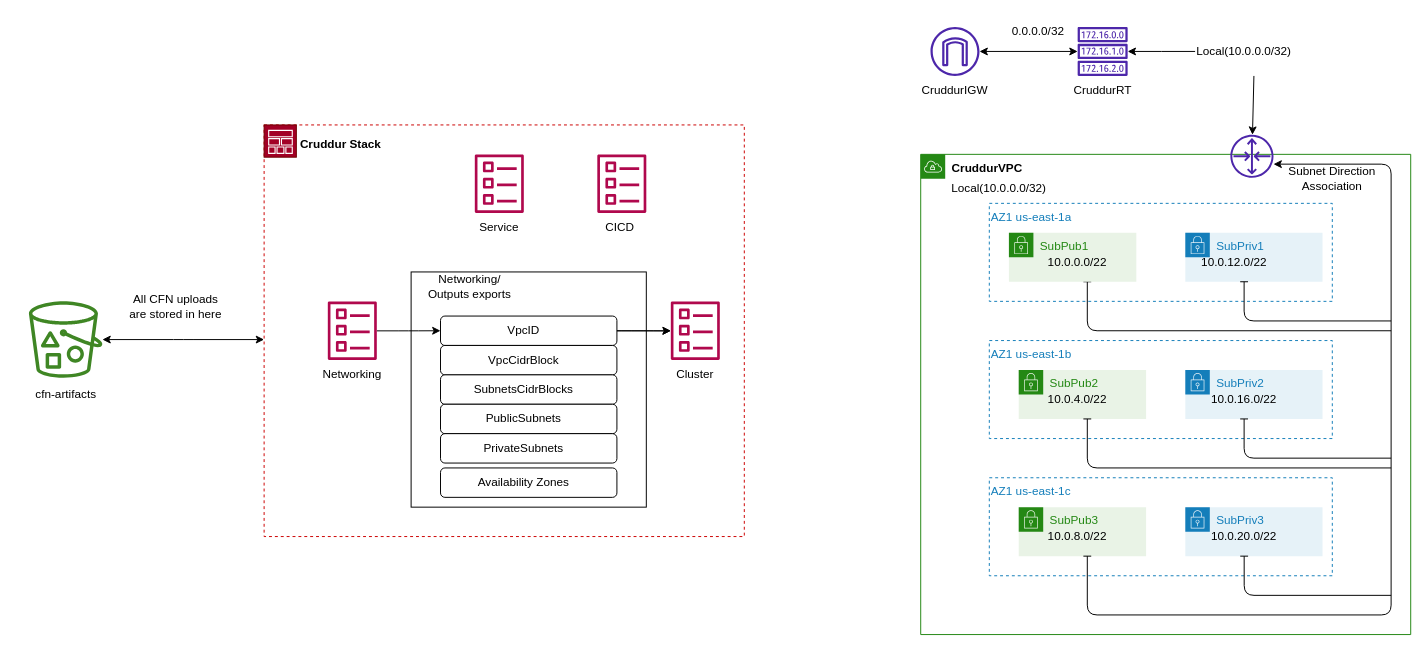
Above: aws/cfn/diagrams/CFN Network Layer.drawio in Rietta1/aws-bootcamp-cruddur-2023 (draw.io), before the change. Source tidied: cells renumbered, new cells numbered last; positions are measured from the earlier drawing's top-left corner, leaving out a move shared by most shapes. Both pictures are drawn from the tidied source at 98%, with x=0, y=0 at pixel (17, 17).
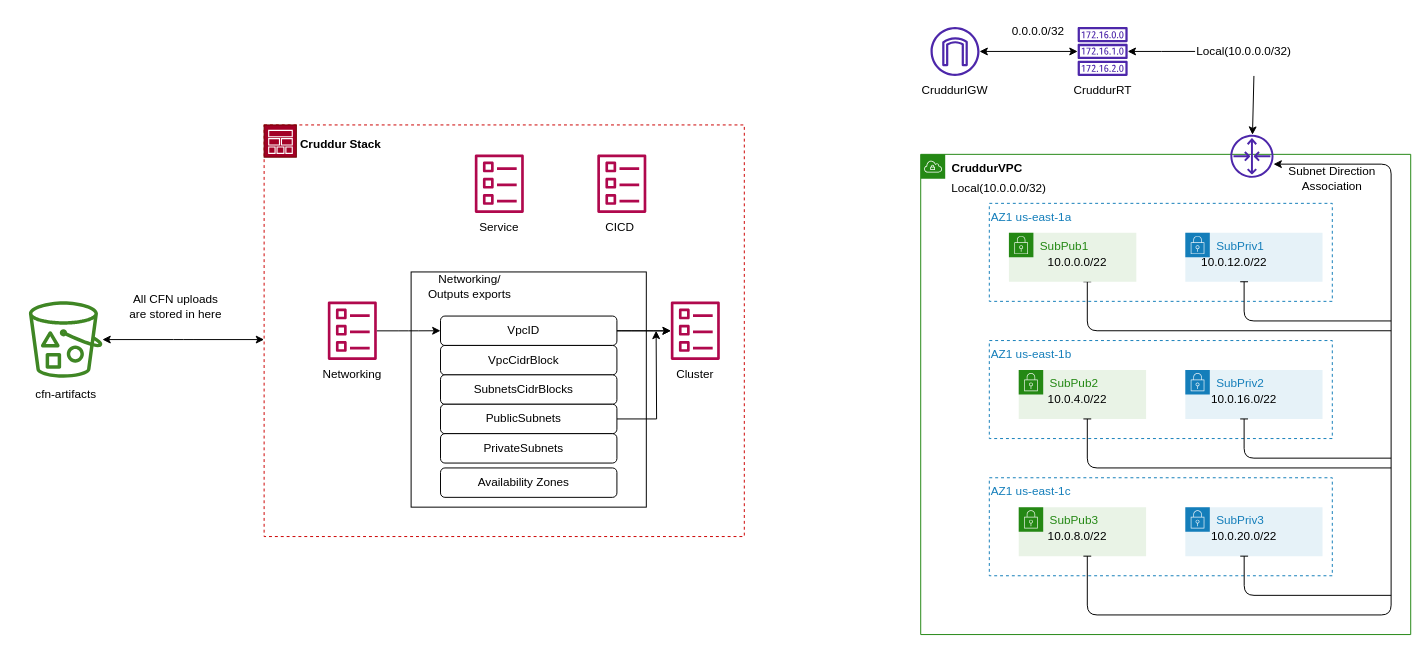
The same page after the edit.

Unchanged cells that the change refers to:
```xml
<mxCell id="63" style="rounded=1;whiteSpace=wrap;html=1;" parent="1" vertex="1">
  <mxGeometry x="432" y="395" width="180" height="30" as="geometry" />
</mxCell>
```

The edit, as a diff of the source:
```diff
@@
+    <mxCell id="74" style="edgeStyle=orthogonalEdgeStyle;rounded=0;jettySize=auto;html=1;" parent="1" edge="1" source="63">
+      <mxGeometry relative="1" as="geometry">
+        <mxPoint x="652" y="320" as="targetPoint" />
+      </mxGeometry>
+    </mxCell>
```
